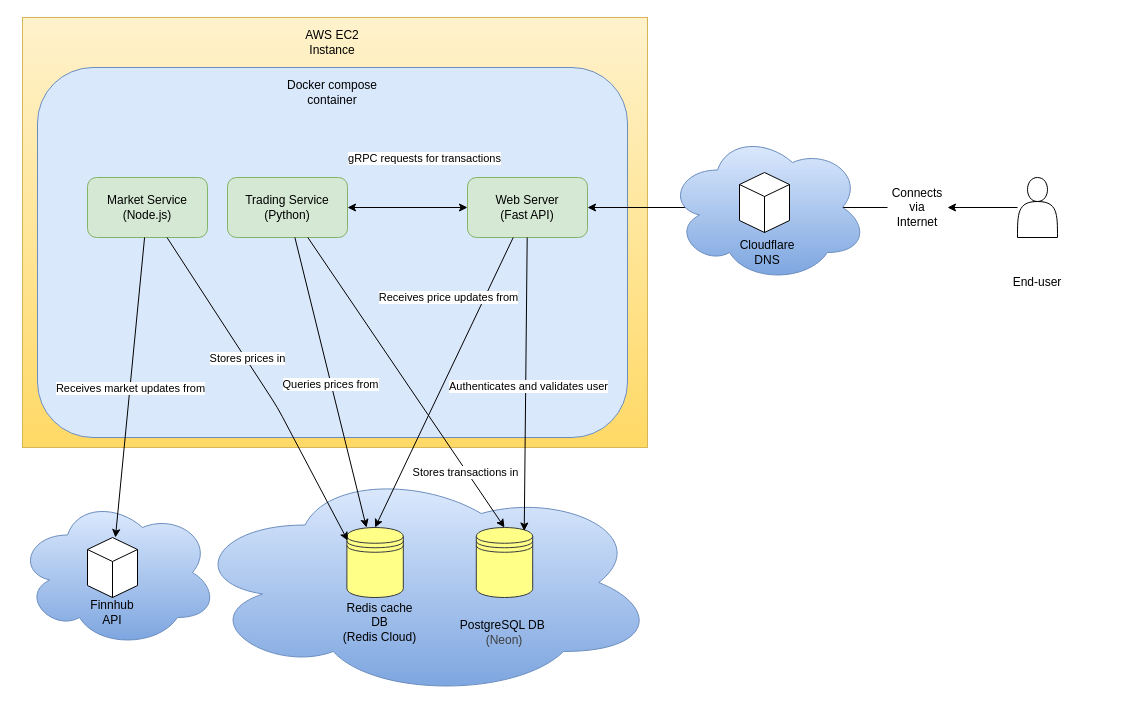
Earlier version of the draw.io diagram Architecture.drawio (jbocciadev/PaperTrader). Source tidied: cells renumbered, new cells numbered last; positions are measured from the earlier drawing's top-left corner, leaving out a move shared by most shapes. Both pictures are drawn from the tidied source at 100%, with x=0, y=0 at pixel (17, 17).
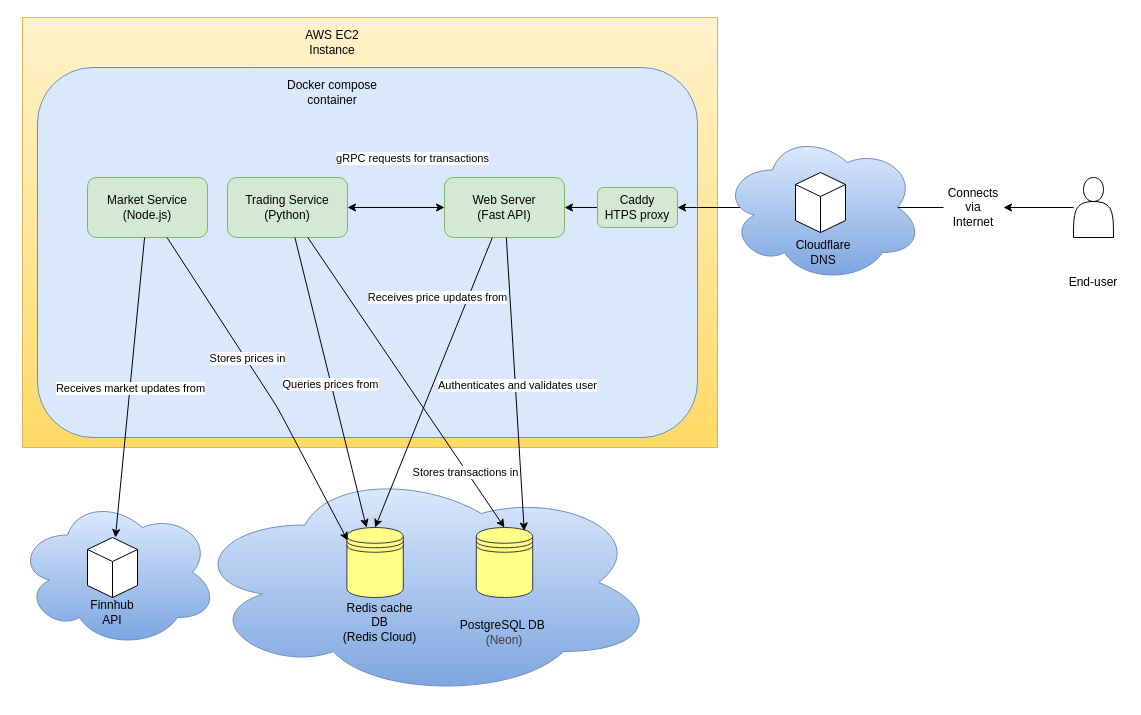
The same diagram, later.

Diff of the diagram source:
```diff
@@
     <mxCell id="2" style="rounded=0;whiteSpace=wrap;html=1;fillColor=#fff2cc;strokeColor=#d6b656;gradientColor=#ffd966;" parent="1" vertex="1">
-      <mxGeometry x="5" width="625" height="430" as="geometry" />
+      <mxGeometry x="5" width="695" height="430" as="geometry" />
     </mxCell>
     <mxCell id="3" style="shape=actor;whiteSpace=wrap;html=1;" parent="1" vertex="1">
-      <mxGeometry x="1000" y="160" width="40" height="60" as="geometry" />
+      <mxGeometry x="1056" y="160" width="40" height="60" as="geometry" />
     </mxCell>
     <mxCell id="4" style="group;" parent="1" vertex="1">
-      <mxGeometry x="20" y="50" width="590" height="370" as="geometry" />
+      <mxGeometry x="20" y="50" width="660" height="370" as="geometry" />
     </mxCell>
     <mxCell id="5" style="rounded=1;whiteSpace=wrap;html=1;fillColor=#dae8fc;strokeColor=#6c8ebf;" parent="4" vertex="1">
-      <mxGeometry width="590" height="370" as="geometry" />
+      <mxGeometry width="660" height="370" as="geometry" />
     </mxCell>
@@
     <mxCell id="11" value="Web Server&lt;div&gt;(Fast API)&lt;/div&gt;" style="rounded=1;whiteSpace=wrap;html=1;fillColor=#d5e8d4;strokeColor=#82b366;" parent="4" vertex="1">
-      <mxGeometry x="430" y="110" width="120" height="60" as="geometry" />
+      <mxGeometry x="407" y="110" width="120" height="60" as="geometry" />
     </mxCell>
+    <mxCell id="42" style="edgeStyle=none;html=1;entryX=1;entryY=0.5;entryDx=0;entryDy=0;" parent="4" edge="1" source="43" target="11">
+      <mxGeometry relative="1" as="geometry" />
+    </mxCell>
+    <mxCell id="43" value="Caddy&lt;div&gt;HTPS proxy&lt;/div&gt;" style="rounded=1;whiteSpace=wrap;html=1;fillColor=#d5e8d4;strokeColor=#82b366;" parent="4" vertex="1">
+      <mxGeometry x="560" y="120" width="80" height="40" as="geometry" />
+    </mxCell>
-    <mxCell id="12" style="edgeStyle=none;html=1;entryX=1;entryY=0.5;entryDx=0;entryDy=0;" parent="1" edge="1" source="41" target="11">
+    <mxCell id="12" style="edgeStyle=none;html=1;entryX=1;entryY=0.5;entryDx=0;entryDy=0;" parent="1" edge="1" source="41" target="43">
       <mxGeometry relative="1" as="geometry" />
     </mxCell>
@@
     <mxCell id="20" value="End-user" style="text;html=1;align=center;verticalAlign=middle;whiteSpace=wrap;rounded=0;" parent="1" vertex="1">
-      <mxGeometry x="990" y="250" width="60" height="30" as="geometry" />
+      <mxGeometry x="1046" y="250" width="60" height="30" as="geometry" />
     </mxCell>
@@
     <mxCell id="37" style="ellipse;shape=cloud;whiteSpace=wrap;html=1;fillColor=#dae8fc;strokeColor=#6c8ebf;gradientColor=#7ea6e0;" parent="1" vertex="1">
-      <mxGeometry x="650" y="115" width="200" height="150" as="geometry" />
+      <mxGeometry x="705" y="115" width="200" height="150" as="geometry" />
     </mxCell>
     <mxCell id="38" style="html=1;whiteSpace=wrap;shape=isoCube2;backgroundOutline=1;isoAngle=15;" parent="1" vertex="1">
-      <mxGeometry x="722" y="155" width="50" height="60" as="geometry" />
+      <mxGeometry x="778" y="155" width="50" height="60" as="geometry" />
     </mxCell>
     <mxCell id="39" value="Cloudflare DNS" style="text;html=1;align=center;verticalAlign=middle;whiteSpace=wrap;rounded=0;" parent="1" vertex="1">
-      <mxGeometry x="720" y="220" width="60" height="30" as="geometry" />
+      <mxGeometry x="776" y="220" width="60" height="30" as="geometry" />
     </mxCell>
@@
     <mxCell id="41" value="Connects via Internet" style="text;html=1;align=center;verticalAlign=middle;whiteSpace=wrap;rounded=0;" parent="1" vertex="1">
-      <mxGeometry x="870" y="175" width="60" height="30" as="geometry" />
+      <mxGeometry x="926" y="175" width="60" height="30" as="geometry" />
     </mxCell>
```
